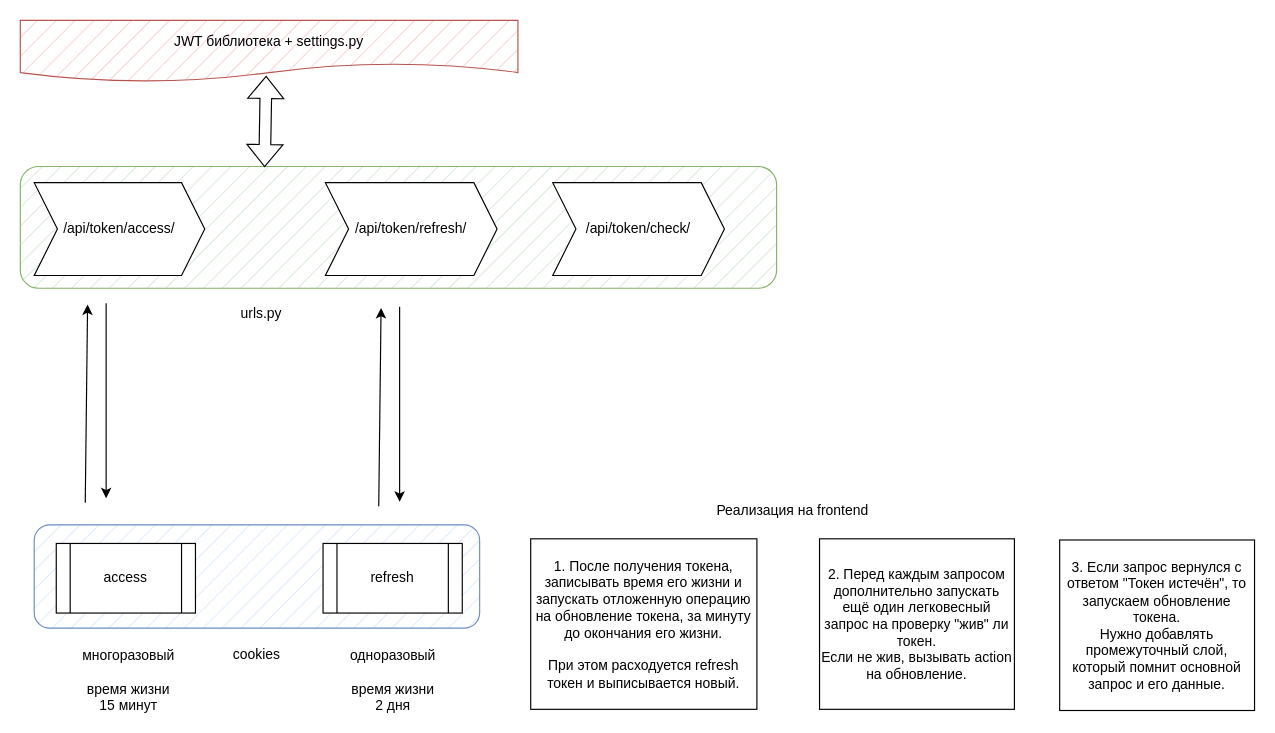
Before: projects/11/jwt.drawio in bogdandrienko/PyE-212-2, a draw.io diagram. Source tidied: cells renumbered, new cells numbered last; positions are measured from the earlier drawing's top-left corner, leaving out a move shared by most shapes. Both pictures are drawn from the tidied source at 116%, with x=0, y=0 at pixel (20, 20).
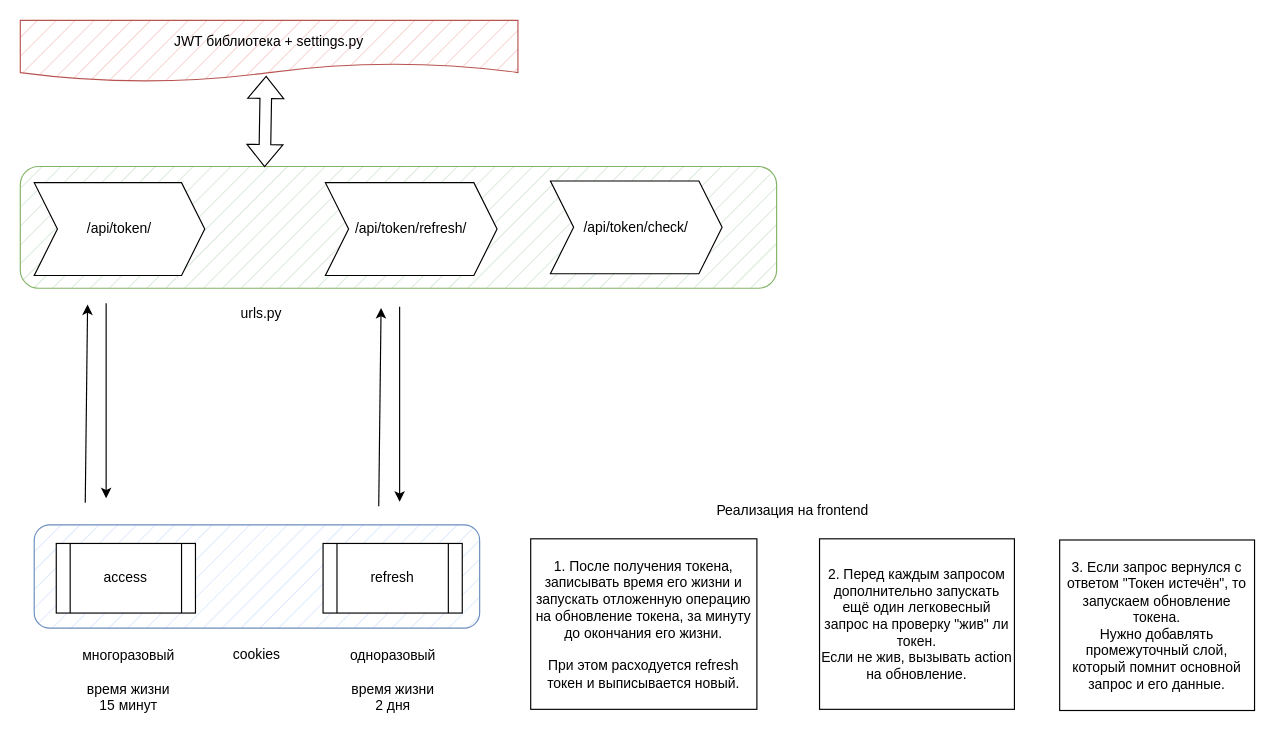
The same page after the edit.

Change to the diagram source:
```diff
@@
-    <mxCell id="6" value="/api/token/access/" style="shape=step;perimeter=stepPerimeter;whiteSpace=wrap;html=1;fixedSize=1;" parent="1" vertex="1">
+    <mxCell id="6" value="/api/token/" style="shape=step;perimeter=stepPerimeter;whiteSpace=wrap;html=1;fixedSize=1;" parent="1" vertex="1">
       <mxGeometry x="12" y="140" width="147" height="80" as="geometry" />
     </mxCell>
@@
     <mxCell id="21" value="/api/token/check/" style="shape=step;perimeter=stepPerimeter;whiteSpace=wrap;html=1;fixedSize=1;" parent="1" vertex="1">
-      <mxGeometry x="459" y="140" width="148" height="80" as="geometry" />
+      <mxGeometry x="457" y="138.5" width="148" height="80" as="geometry" />
     </mxCell>
```
